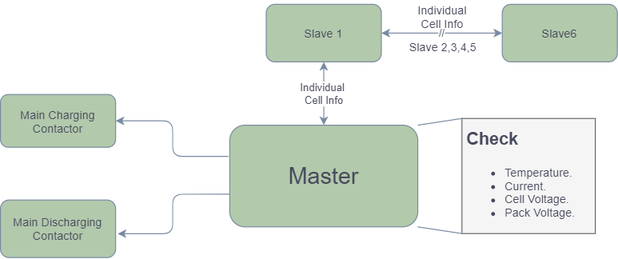
This is BMS Diagram.png from Mostafa1Mahmoud/FlowChartofCarControlingSystem, a draw.io export, as it was before one commit. Source tidied: cells renumbered, new cells last; positions are measured from the earlier drawing's top-left corner, leaving out a move shared by most shapes. Source of this version:
```xml
<mxGraphModel>
  <root>
    <mxCell id="0" />
    <mxCell id="1" parent="0" />
    <mxCell id="2" value="Slave 1" style="rounded=1;whiteSpace=wrap;html=1;sketch=0;fontColor=#46495D;strokeColor=#788AA3;fillColor=#B2C9AB;" parent="1" vertex="1">
      <mxGeometry x="277" y="4" width="120" height="60" as="geometry" />
    </mxCell>
    <mxCell id="3" value="Slave6" style="rounded=1;whiteSpace=wrap;html=1;sketch=0;fontColor=#46495D;strokeColor=#788AA3;fillColor=#B2C9AB;" parent="1" vertex="1">
      <mxGeometry x="523" y="4" width="120" height="60" as="geometry" />
    </mxCell>
    <mxCell id="4" style="edgeStyle=orthogonalEdgeStyle;curved=0;rounded=1;sketch=0;jettySize=auto;html=1;exitX=-0.007;exitY=0.307;exitDx=0;exitDy=0;entryX=1;entryY=0.5;entryDx=0;entryDy=0;fontColor=#46495D;strokeColor=#788AA3;fillColor=#B2C9AB;exitPerimeter=0;" parent="1" edge="1" source="6" target="15">
      <mxGeometry relative="1" as="geometry" />
    </mxCell>
    <mxCell id="5" style="edgeStyle=orthogonalEdgeStyle;curved=0;rounded=1;sketch=0;jettySize=auto;html=1;exitX=0.001;exitY=0.679;exitDx=0;exitDy=0;entryX=1.018;entryY=0.586;entryDx=0;entryDy=0;entryPerimeter=0;fontColor=#46495D;strokeColor=#788AA3;fillColor=#B2C9AB;exitPerimeter=0;" parent="1" edge="1" source="6" target="16">
      <mxGeometry relative="1" as="geometry" />
    </mxCell>
    <mxCell id="6" value="&lt;font style=&quot;font-size: 24px&quot;&gt;Master&lt;/font&gt;" style="rounded=1;whiteSpace=wrap;html=1;sketch=0;fontColor=#46495D;strokeColor=#788AA3;fillColor=#B2C9AB;" parent="1" vertex="1">
      <mxGeometry x="239" y="130" width="196" height="106" as="geometry" />
    </mxCell>
    <mxCell id="7" value="//" style="endArrow=classic;startArrow=classic;html=1;fontColor=#46495D;strokeColor=#788AA3;fillColor=#B2C9AB;entryX=0;entryY=0.5;entryDx=0;entryDy=0;exitX=1;exitY=0.5;exitDx=0;exitDy=0;" parent="1" edge="1" source="2" target="3">
      <mxGeometry relative="1" as="geometry" />
    </mxCell>
    <mxCell id="8" value="Individual&amp;nbsp;&lt;br&gt;Cell Info" style="endArrow=classic;startArrow=classic;html=1;fontColor=#46495D;strokeColor=#788AA3;fillColor=#B2C9AB;exitX=0.5;exitY=1;exitDx=0;exitDy=0;entryX=0.5;entryY=0;entryDx=0;entryDy=0;" parent="1" edge="1" source="2" target="6">
      <mxGeometry relative="1" as="geometry" />
    </mxCell>
    <mxCell id="9" value="Individual &lt;br&gt;Cell Info&amp;nbsp;" style="text;html=1;align=center;verticalAlign=middle;strokeColor=none;fontColor=#46495D;" parent="1" vertex="1">
      <mxGeometry x="431.5" width="62" height="33" as="geometry" />
    </mxCell>
    <mxCell id="10" value="Slave 2,3,4,5" style="text;html=1;align=center;verticalAlign=middle;strokeColor=none;fontColor=#46495D;" parent="1" vertex="1">
      <mxGeometry x="420" y="38" width="81" height="19" as="geometry" />
    </mxCell>
    <mxCell id="11" style="rounded=0;whiteSpace=wrap;html=1;sketch=0;fontColor=#333333;strokeColor=#666666;fillColor=#f5f5f5;" parent="1" vertex="1">
      <mxGeometry x="481" y="123" width="139" height="120" as="geometry" />
    </mxCell>
    <mxCell id="12" style="endArrow=none;html=1;fontColor=#46495D;strokeColor=#788AA3;fillColor=#B2C9AB;exitX=1;exitY=0;exitDx=0;exitDy=0;entryX=0;entryY=0;entryDx=0;entryDy=0;" parent="1" edge="1" source="6" target="11">
      <mxGeometry relative="1" as="geometry" />
    </mxCell>
    <mxCell id="13" style="endArrow=none;html=1;fontColor=#46495D;strokeColor=#788AA3;fillColor=#B2C9AB;entryX=0;entryY=1;entryDx=0;entryDy=0;exitX=1;exitY=1;exitDx=0;exitDy=0;" parent="1" edge="1" source="6" target="11">
      <mxGeometry relative="1" as="geometry" />
    </mxCell>
    <mxCell id="14" value="&lt;h1&gt;&lt;font style=&quot;font-size: 18px&quot;&gt;Check&lt;/font&gt;&lt;/h1&gt;&lt;p&gt;&lt;/p&gt;&lt;ul&gt;&lt;li&gt;Temperature.&lt;/li&gt;&lt;li&gt;Current.&lt;/li&gt;&lt;li&gt;Cell Voltage.&lt;/li&gt;&lt;li&gt;Pack Voltage.&amp;nbsp;&lt;/li&gt;&lt;/ul&gt;&lt;p&gt;&lt;/p&gt;" style="text;html=1;strokeColor=none;fillColor=none;spacing=5;spacingTop=-20;whiteSpace=wrap;overflow=hidden;rounded=0;sketch=0;fontColor=#46495D;" parent="1" vertex="1">
      <mxGeometry x="481" y="123" width="140" height="120" as="geometry" />
    </mxCell>
    <mxCell id="15" value="Main Charging Contactor" style="rounded=1;whiteSpace=wrap;html=1;sketch=0;fontColor=#46495D;strokeColor=#788AA3;fillColor=#B2C9AB;" parent="1" vertex="1">
      <mxGeometry y="98" width="120" height="55" as="geometry" />
    </mxCell>
    <mxCell id="16" value="Main Discharging&lt;br&gt;Contactor" style="rounded=1;whiteSpace=wrap;html=1;sketch=0;fontColor=#46495D;strokeColor=#788AA3;fillColor=#B2C9AB;" parent="1" vertex="1">
      <mxGeometry y="208" width="120" height="60" as="geometry" />
    </mxCell>
  </root>
</mxGraphModel>
```
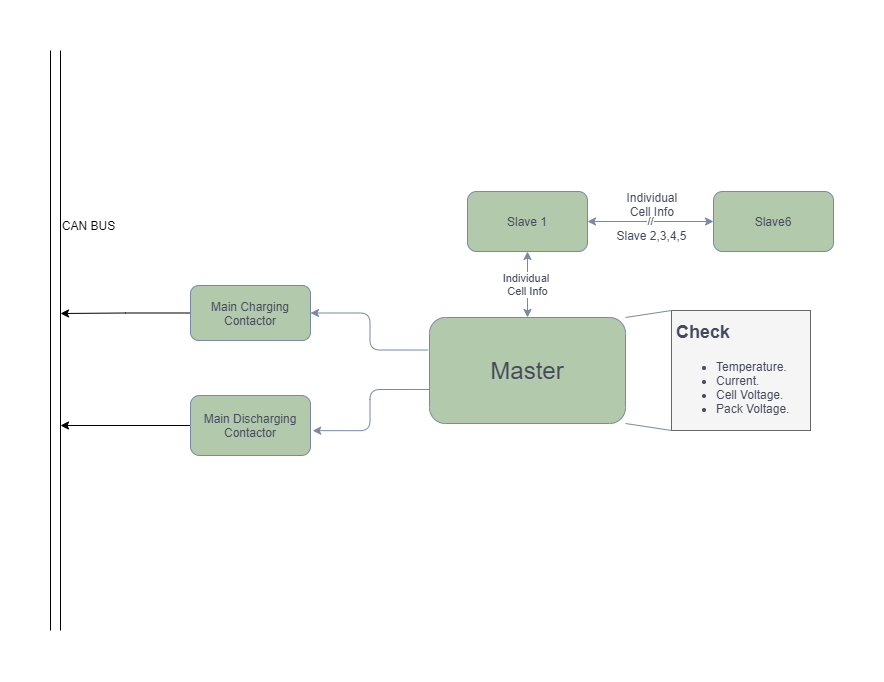
The same diagram one commit later.

The edit, as a diff of the source:
```diff
@@ -41,11 +41,36 @@
     <mxCell id="14" value="&lt;h1&gt;&lt;font style=&quot;font-size: 18px&quot;&gt;Check&lt;/font&gt;&lt;/h1&gt;&lt;p&gt;&lt;/p&gt;&lt;ul&gt;&lt;li&gt;Temperature.&lt;/li&gt;&lt;li&gt;Current.&lt;/li&gt;&lt;li&gt;Cell Voltage.&lt;/li&gt;&lt;li&gt;Pack Voltage.&amp;nbsp;&lt;/li&gt;&lt;/ul&gt;&lt;p&gt;&lt;/p&gt;" style="text;html=1;strokeColor=none;fillColor=none;spacing=5;spacingTop=-20;whiteSpace=wrap;overflow=hidden;rounded=0;sketch=0;fontColor=#46495D;" parent="1" vertex="1">
       <mxGeometry x="481" y="123" width="140" height="120" as="geometry" />
     </mxCell>
+    <mxCell id="17" style="edgeStyle=orthogonalEdgeStyle;rounded=0;jettySize=auto;html=1;exitX=0;exitY=0.5;exitDx=0;exitDy=0;" parent="1" edge="1" source="15">
+      <mxGeometry relative="1" as="geometry">
+        <mxPoint x="-130" y="126" as="targetPoint" />
+      </mxGeometry>
+    </mxCell>
     <mxCell id="15" value="Main Charging Contactor" style="rounded=1;whiteSpace=wrap;html=1;sketch=0;fontColor=#46495D;strokeColor=#788AA3;fillColor=#B2C9AB;" parent="1" vertex="1">
       <mxGeometry y="98" width="120" height="55" as="geometry" />
     </mxCell>
+    <mxCell id="18" style="edgeStyle=orthogonalEdgeStyle;rounded=0;jettySize=auto;html=1;exitX=0;exitY=0.5;exitDx=0;exitDy=0;" parent="1" edge="1" source="16">
+      <mxGeometry relative="1" as="geometry">
+        <mxPoint x="-130" y="238" as="targetPoint" />
+      </mxGeometry>
+    </mxCell>
     <mxCell id="16" value="Main Discharging&lt;br&gt;Contactor" style="rounded=1;whiteSpace=wrap;html=1;sketch=0;fontColor=#46495D;strokeColor=#788AA3;fillColor=#B2C9AB;" parent="1" vertex="1">
       <mxGeometry y="208" width="120" height="60" as="geometry" />
     </mxCell>
+    <mxCell id="19" style="endArrow=none;html=1;" parent="1" edge="1">
+      <mxGeometry relative="1" as="geometry">
+        <mxPoint x="-130" y="443" as="sourcePoint" />
+        <mxPoint x="-130" y="-137" as="targetPoint" />
+      </mxGeometry>
+    </mxCell>
+    <mxCell id="20" style="endArrow=none;html=1;" parent="1" edge="1">
+      <mxGeometry relative="1" as="geometry">
+        <mxPoint x="-140" y="443" as="sourcePoint" />
+        <mxPoint x="-140" y="-137" as="targetPoint" />
+      </mxGeometry>
+    </mxCell>
+    <mxCell id="21" value="CAN BUS" style="text;html=1;align=center;verticalAlign=middle;strokeColor=none;" parent="1" vertex="1">
+      <mxGeometry x="-135" y="28" width="65" height="20" as="geometry" />
+    </mxCell>
   </root>
 </mxGraphModel>
```
